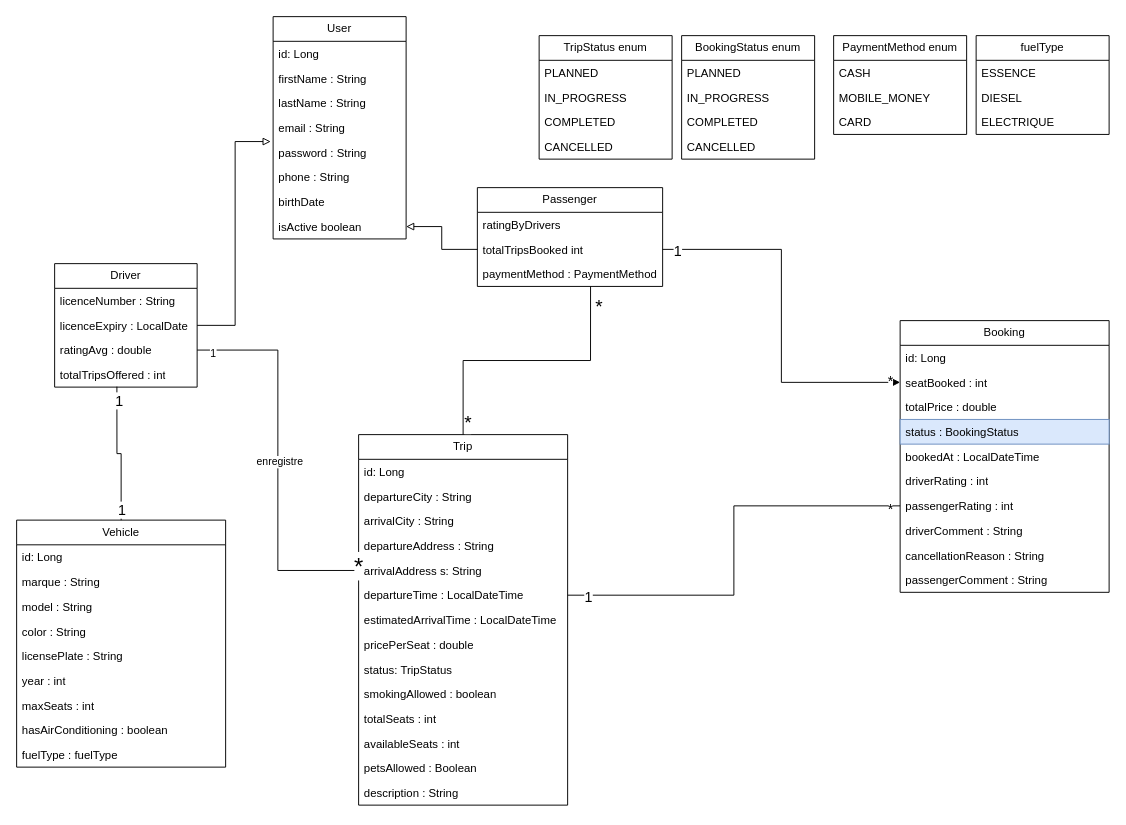
This is modelisation.drawio from misterOumar/GbakaApi, a draw.io file, before an edit. Source tidied: cells renumbered, new cells numbered last; positions are measured from the earlier drawing's top-left corner, leaving out a move shared by most shapes. Both pictures are drawn from the tidied source at 95%, with x=0, y=0 at pixel (16, 16).
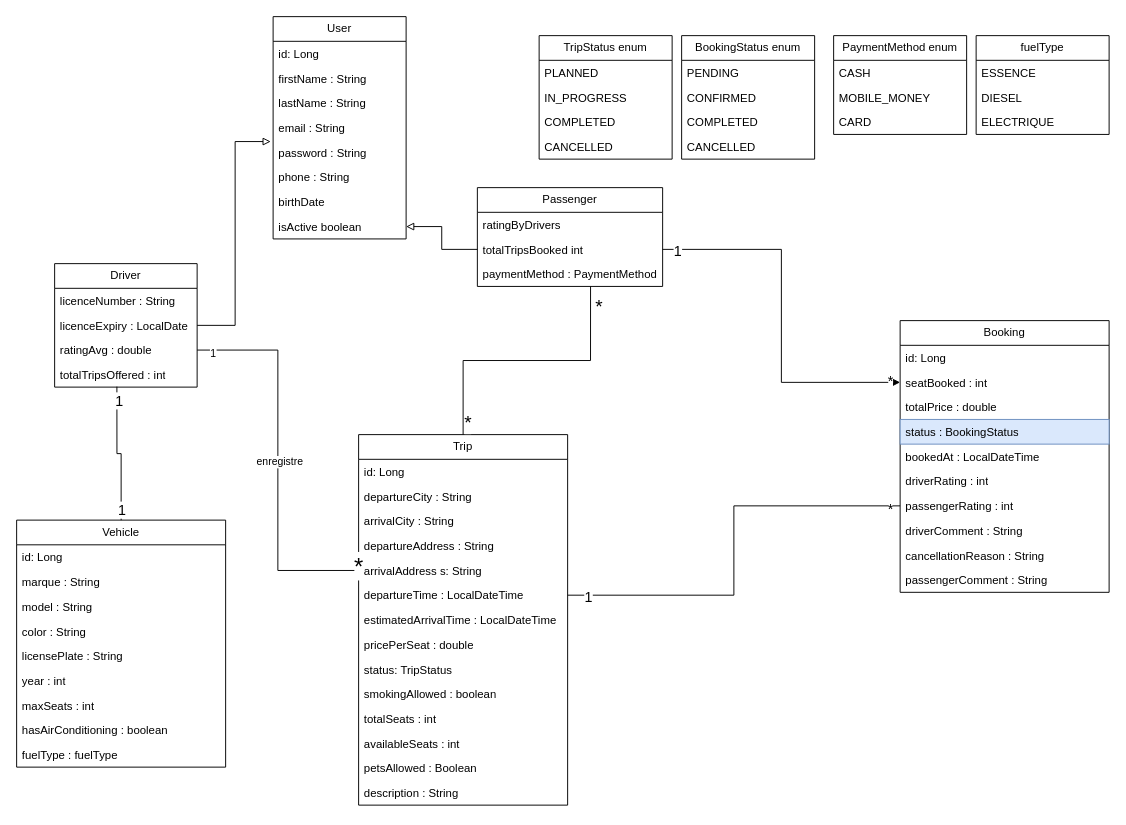
After the change.

The change refers to these unchanged cells:
```xml
<mxCell id="50" value="BookingStatus enum" style="swimlane;fontStyle=0;horizontal=1;startSize=26;fillColor=none;whiteSpace=wrap;html=1;" parent="1" vertex="1">
  <mxGeometry x="700" y="20" width="140" height="130" as="geometry" />
</mxCell>
```

Change to the diagram source:
```diff
@@
-    <mxCell id="51" value="PLANNED" style="text;strokeColor=none;fillColor=none;align=left;verticalAlign=top;spacingLeft=4;spacingRight=4;overflow=hidden;whiteSpace=wrap;html=1;" parent="50" vertex="1">
+    <mxCell id="51" value="PENDING" style="text;strokeColor=none;fillColor=none;align=left;verticalAlign=top;spacingLeft=4;spacingRight=4;overflow=hidden;whiteSpace=wrap;html=1;" parent="50" vertex="1">
       <mxGeometry y="26" width="140" height="26" as="geometry" />
     </mxCell>
-    <mxCell id="52" value="IN_PROGRESS" style="text;strokeColor=none;fillColor=none;align=left;verticalAlign=top;spacingLeft=4;spacingRight=4;overflow=hidden;whiteSpace=wrap;html=1;" parent="50" vertex="1">
+    <mxCell id="52" value="CONFIRMED" style="text;strokeColor=none;fillColor=none;align=left;verticalAlign=top;spacingLeft=4;spacingRight=4;overflow=hidden;whiteSpace=wrap;html=1;" parent="50" vertex="1">
       <mxGeometry y="52" width="140" height="26" as="geometry" />
     </mxCell>
```
